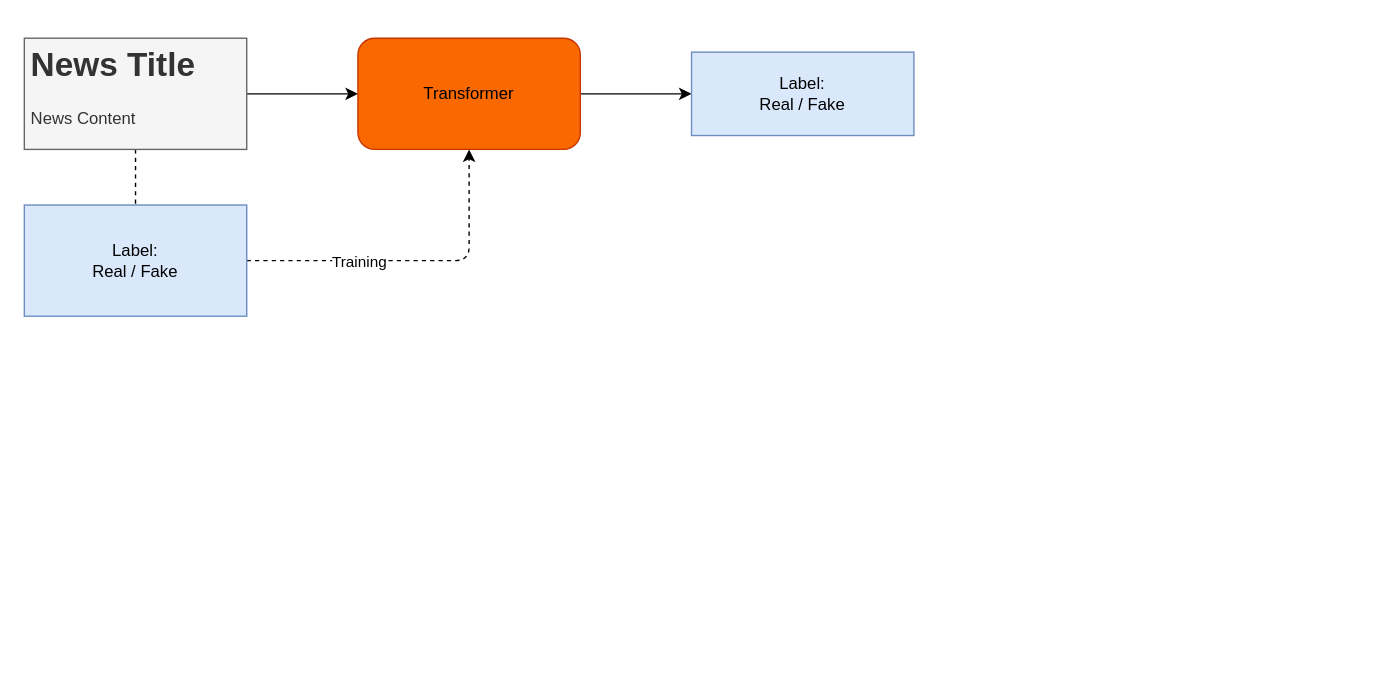
The draw.io diagram page "Transformer-Classifier" (3 of 5) of workflow/workflow.drawio in LittleFish-Coder/fake-news-detection-generalization, before the edit. Source tidied: cells renumbered, new cells numbered last; positions are measured from the earlier drawing's top-left corner, leaving out a move shared by most shapes. Both pictures are drawn from the tidied source at 139%, with x=0, y=0 at pixel (24, 38).
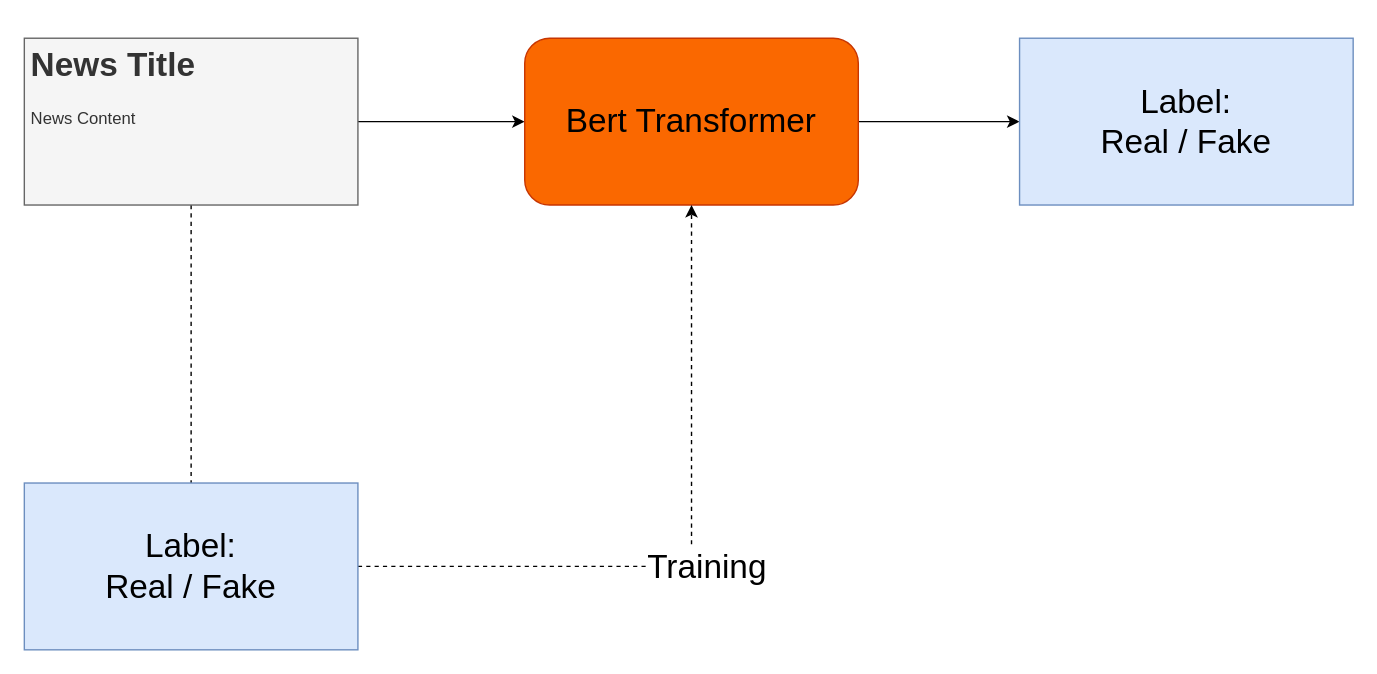
The same page after the edit.

Change to the diagram source:
```diff
@@
 <mxGraphModel>
   <root>
     <mxCell id="0" />
     <mxCell id="1" parent="0" />
-    <mxCell id="2" style="edgeStyle=none;html=1;entryX=0;entryY=0.5;entryDx=0;entryDy=0;exitX=1;exitY=0.5;exitDx=0;exitDy=0;" parent="1" edge="1" source="4" target="6">
-      <mxGeometry relative="1" as="geometry" />
-    </mxCell>
-    <mxCell id="3" style="html=1;exitX=0.5;exitY=1;exitDx=0;exitDy=0;dashed=1;endArrow=none;endFill=0;entryX=0.5;entryY=0;entryDx=0;entryDy=0;" parent="1" edge="1" source="4" target="9">
-      <mxGeometry relative="1" as="geometry" />
-    </mxCell>
+    <mxCell id="11" style="edgeStyle=none;html=1;entryX=0;entryY=0.5;entryDx=0;entryDy=0;" parent="1" edge="1" source="4" target="14">
+      <mxGeometry relative="1" as="geometry" />
+    </mxCell>
+    <mxCell id="12" style="html=1;exitX=0.5;exitY=1;exitDx=0;exitDy=0;dashed=1;endArrow=none;endFill=0;entryX=0.5;entryY=0;entryDx=0;entryDy=0;" parent="1" edge="1" source="4" target="16">
+      <mxGeometry relative="1" as="geometry" />
+    </mxCell>
-    <mxCell id="4" value="&lt;h1&gt;News Title&lt;/h1&gt;&lt;p&gt;News Content&lt;/p&gt;" style="text;html=1;strokeColor=#666666;fillColor=#f5f5f5;spacing=5;spacingTop=-20;whiteSpace=wrap;overflow=hidden;rounded=0;fontColor=#333333;" parent="1" vertex="1">
-      <mxGeometry width="160" height="80" as="geometry" />
+    <mxCell id="4" value="&lt;h1&gt;News Title&lt;/h1&gt;&lt;p style=&quot;&quot;&gt;News Content&lt;/p&gt;" style="text;html=1;strokeColor=#666666;fillColor=#f5f5f5;spacing=5;spacingTop=-20;whiteSpace=wrap;overflow=hidden;rounded=0;fontColor=#333333;align=left;" parent="1" vertex="1">
+      <mxGeometry width="240" height="120" as="geometry" />
     </mxCell>
-    <mxCell id="5" style="edgeStyle=none;html=1;entryX=0;entryY=0.5;entryDx=0;entryDy=0;" parent="1" edge="1" source="6" target="10">
-      <mxGeometry relative="1" as="geometry" />
-    </mxCell>
-    <mxCell id="6" value="Transformer" style="rounded=1;whiteSpace=wrap;html=1;fillColor=#fa6800;fontColor=#000000;strokeColor=#C73500;" parent="1" vertex="1">
-      <mxGeometry x="240" width="160" height="80" as="geometry" />
-    </mxCell>
-    <mxCell id="7" style="edgeStyle=none;html=1;dashed=1;entryX=0.5;entryY=1;entryDx=0;entryDy=0;exitX=1;exitY=0.5;exitDx=0;exitDy=0;" parent="1" edge="1" source="9" target="6">
-      <mxGeometry relative="1" as="geometry">
-        <Array as="points">
-          <mxPoint x="320" y="160" />
-        </Array>
-      </mxGeometry>
-    </mxCell>
+    <mxCell id="13" style="edgeStyle=none;html=1;entryX=0;entryY=0.5;entryDx=0;entryDy=0;" parent="1" edge="1" source="14" target="17">
+      <mxGeometry relative="1" as="geometry" />
+    </mxCell>
+    <mxCell id="14" value="&lt;span style=&quot;font-size: 24px;&quot;&gt;Bert Transformer&lt;/span&gt;" style="rounded=1;whiteSpace=wrap;html=1;fillColor=#fa6800;fontColor=#000000;strokeColor=#C73500;" parent="1" vertex="1">
+      <mxGeometry x="360" width="240" height="120" as="geometry" />
+    </mxCell>
+    <mxCell id="15" style="edgeStyle=none;html=1;dashed=1;entryX=0.5;entryY=1;entryDx=0;entryDy=0;exitX=1;exitY=0.5;exitDx=0;exitDy=0;" parent="1" edge="1" source="16" target="14">
+      <mxGeometry relative="1" as="geometry">
+        <Array as="points">
+          <mxPoint x="480" y="380" />
+        </Array>
+      </mxGeometry>
+    </mxCell>
-    <mxCell id="8" value="Training" style="edgeLabel;html=1;align=center;verticalAlign=middle;" parent="7" vertex="1">
+    <mxCell id="8" value="Training" style="edgeLabel;html=1;align=center;verticalAlign=middle;fontSize=24;" parent="15" vertex="1">
       <mxGeometry x="-0.14" y="-1" relative="1" as="geometry">
-        <mxPoint x="-23" y="-1" as="offset" />
+        <mxPoint x="35" y="-1" as="offset" />
       </mxGeometry>
     </mxCell>
-    <mxCell id="9" value="Label:&lt;br&gt;Real / Fake" style="text;html=1;strokeColor=#6c8ebf;fillColor=#dae8fc;align=center;verticalAlign=middle;whiteSpace=wrap;rounded=0;fontColor=#000000;" parent="1" vertex="1">
-      <mxGeometry y="120" width="160" height="80" as="geometry" />
-    </mxCell>
-    <mxCell id="10" value="Label:&lt;br&gt;Real / Fake" style="rounded=0;whiteSpace=wrap;html=1;strokeColor=#6c8ebf;fillColor=#dae8fc;fontColor=#000000;" parent="1" vertex="1">
-      <mxGeometry x="480" y="10" width="160" height="60" as="geometry" />
-    </mxCell>
+    <mxCell id="16" value="&lt;font style=&quot;font-size: 24px;&quot;&gt;Label:&lt;br&gt;Real / Fake&lt;/font&gt;" style="text;html=1;strokeColor=#6c8ebf;fillColor=#dae8fc;align=center;verticalAlign=middle;whiteSpace=wrap;rounded=0;fontColor=#000000;imageWidth=24;" parent="1" vertex="1">
+      <mxGeometry y="320" width="240" height="120" as="geometry" />
+    </mxCell>
+    <mxCell id="17" value="&lt;font style=&quot;font-size: 24px;&quot;&gt;Label:&lt;br&gt;Real / Fake&lt;/font&gt;" style="rounded=0;whiteSpace=wrap;html=1;strokeColor=#6c8ebf;fillColor=#dae8fc;fontColor=#000000;" parent="1" vertex="1">
+      <mxGeometry x="716" width="240" height="120" as="geometry" />
+    </mxCell>
   </root>
 </mxGraphModel>
```
